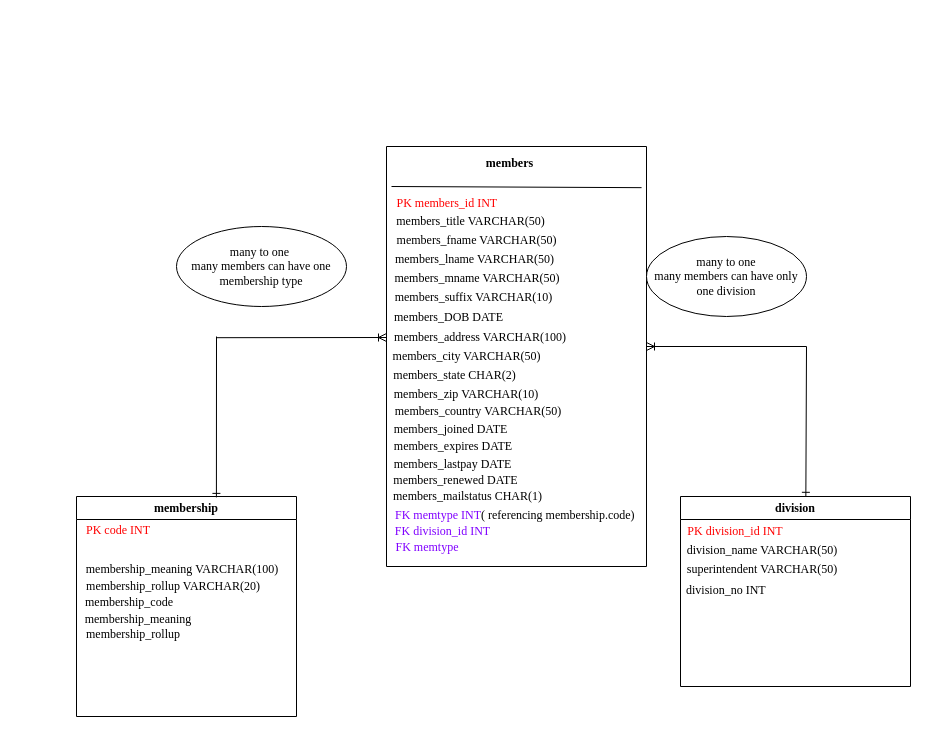
angelikakasia/SQL keeps this draw.io diagram as ProjectNMRA.SER.drawio. Above is the earlier version. Source tidied: cells renumbered, new cells numbered last; positions are measured from the earlier drawing's top-left corner, leaving out a move shared by most shapes. Both pictures are drawn from the tidied source at 100%, with x=0, y=0 at pixel (17, 146).
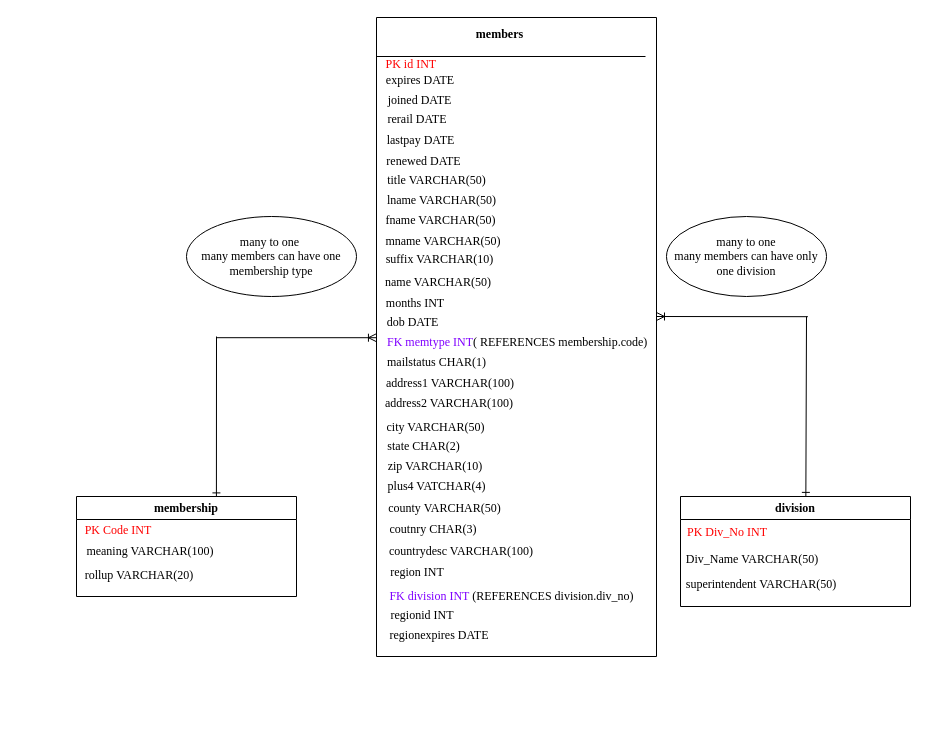
Above is the later version.

The edit, as a diff of the source:
```diff
@@
     <mxCell id="2" style="swimlane;startSize=0;fontFamily=Times New Roman;" parent="1" vertex="1">
-      <mxGeometry x="369" width="260" height="420" as="geometry" />
+      <mxGeometry x="359" y="-129" width="280" height="639" as="geometry" />
     </mxCell>
@@
-    <mxCell id="4" value="&lt;span style=&quot;color: light-dark(rgb(255, 0, 0), rgb(237, 237, 237));&quot;&gt;&lt;span style=&quot;color: rgb(255, 0, 0);&quot;&gt;PK&lt;/span&gt; &lt;/span&gt;&lt;span style=&quot;color: light-dark(rgb(255, 0, 0), rgb(237, 237, 237));&quot;&gt;&lt;span style=&quot;color: rgb(255, 0, 0);&quot;&gt;members_id &lt;/span&gt;INT&lt;span style=&quot;white-space: pre;&quot;&gt;&#9;&lt;/span&gt;&lt;/span&gt;" style="text;html=1;align=center;verticalAlign=middle;whiteSpace=wrap;rounded=0;fontFamily=Times New Roman;" parent="2" vertex="1">
-      <mxGeometry x="5" y="42" width="131" height="30" as="geometry" />
+    <mxCell id="4" value="&lt;span style=&quot;color: light-dark(rgb(255, 0, 0), rgb(237, 237, 237));&quot;&gt;PK &lt;span style=&quot;color: light-dark(rgb(255, 0, 0), rgb(237, 237, 237));&quot;&gt;&lt;span style=&quot;color: rgb(255, 0, 0);&quot;&gt;id &lt;/span&gt;INT&lt;span style=&quot;white-space: pre;&quot;&gt;&#9;&lt;/span&gt;&lt;/span&gt;&lt;/span&gt;" style="text;html=1;align=center;verticalAlign=middle;whiteSpace=wrap;rounded=0;fontFamily=Times New Roman;" parent="2" vertex="1">
+      <mxGeometry x="-20" y="32" width="131" height="30" as="geometry" />
     </mxCell>
-    <mxCell id="5" value="&lt;br&gt;members_fname VARCHAR(50)&lt;div&gt;&lt;br&gt;&lt;/div&gt;" style="text;html=1;align=center;verticalAlign=middle;whiteSpace=wrap;rounded=0;fontFamily=Times New Roman;" parent="2" vertex="1">
-      <mxGeometry x="-12.5" y="79" width="204.5" height="30" as="geometry" />
+    <mxCell id="5" value="fname VARCHAR(50)&lt;div&gt;&lt;br&gt;&lt;/div&gt;" style="text;html=1;align=center;verticalAlign=middle;whiteSpace=wrap;rounded=0;fontFamily=Times New Roman;" parent="2" vertex="1">
+      <mxGeometry x="-38.5" y="195" width="204.5" height="30" as="geometry" />
     </mxCell>
-    <mxCell id="6" value="&lt;br&gt;members_lname VARCHAR(50)" style="text;html=1;align=center;verticalAlign=middle;whiteSpace=wrap;rounded=0;fontFamily=Times New Roman;" parent="2" vertex="1">
-      <mxGeometry x="-5" y="90" width="186.5" height="30" as="geometry" />
-    </mxCell>
-    <mxCell id="7" style="endArrow=none;html=1;rounded=0;fontFamily=Times New Roman;entryX=0.981;entryY=0.098;entryDx=0;entryDy=0;entryPerimeter=0;" parent="2" edge="1" target="2">
+    <mxCell id="7" style="endArrow=none;html=1;rounded=0;fontFamily=Times New Roman;" parent="2" edge="1">
       <mxGeometry relative="1" as="geometry">
-        <mxPoint x="5" y="40" as="sourcePoint" />
+        <mxPoint y="39" as="sourcePoint" />
+        <mxPoint x="269" y="39" as="targetPoint" />
       </mxGeometry>
     </mxCell>
-    <mxCell id="8" value="&lt;br&gt;members_suffix VARCHAR(10)&lt;div&gt;&lt;br&gt;&lt;/div&gt;" style="text;html=1;align=center;verticalAlign=middle;whiteSpace=wrap;rounded=0;fontFamily=Times New Roman;" parent="2" vertex="1">
-      <mxGeometry x="-2.5" y="136" width="178.5" height="30" as="geometry" />
-    </mxCell>
-    <mxCell id="9" value="members_DOB DATE" style="text;html=1;align=center;verticalAlign=middle;whiteSpace=wrap;rounded=0;fontFamily=Times New Roman;" parent="2" vertex="1">
-      <mxGeometry x="-1.5" y="156" width="126.5" height="30" as="geometry" />
-    </mxCell>
-    <mxCell id="10" value="members_address VARCHAR(100)" style="text;html=1;align=center;verticalAlign=middle;whiteSpace=wrap;rounded=0;fontFamily=Times New Roman;" parent="2" vertex="1">
-      <mxGeometry x="-6" y="176" width="200" height="30" as="geometry" />
-    </mxCell>
-    <mxCell id="11" value="members_city VARCHAR(50)" style="text;html=1;align=center;verticalAlign=middle;whiteSpace=wrap;rounded=0;fontFamily=Times New Roman;" parent="2" vertex="1">
-      <mxGeometry x="-5" y="195" width="171" height="30" as="geometry" />
+    <mxCell id="11" value="city VARCHAR(50)" style="text;html=1;align=center;verticalAlign=middle;whiteSpace=wrap;rounded=0;fontFamily=Times New Roman;" parent="2" vertex="1">
+      <mxGeometry x="-26" y="395" width="171" height="30" as="geometry" />
     </mxCell>
-    <mxCell id="12" value="members_state CHAR(2)" style="text;html=1;align=center;verticalAlign=middle;whiteSpace=wrap;rounded=0;fontFamily=Times New Roman;" parent="2" vertex="1">
-      <mxGeometry x="-16.5" y="214" width="168.5" height="30" as="geometry" />
-    </mxCell>
-    <mxCell id="13" value="members_zip VARCHAR(10)" style="text;html=1;align=center;verticalAlign=middle;whiteSpace=wrap;rounded=0;fontFamily=Times New Roman;" parent="2" vertex="1">
-      <mxGeometry x="-1" y="233" width="162" height="30" as="geometry" />
-    </mxCell>
-    <mxCell id="14" value="members_country VARCHAR(50)" style="text;html=1;align=center;verticalAlign=middle;whiteSpace=wrap;rounded=0;fontFamily=Times New Roman;" parent="2" vertex="1">
-      <mxGeometry x="-3" y="250" width="190" height="30" as="geometry" />
-    </mxCell>
-    <mxCell id="15" value="members_joined DATE" style="text;html=1;align=center;verticalAlign=middle;whiteSpace=wrap;rounded=0;fontFamily=Times New Roman;" parent="2" vertex="1">
-      <mxGeometry x="-16" y="268" width="161" height="30" as="geometry" />
+    <mxCell id="15" value="joined DATE" style="text;html=1;align=center;verticalAlign=middle;whiteSpace=wrap;rounded=0;fontFamily=Times New Roman;" parent="2" vertex="1">
+      <mxGeometry x="-37" y="68" width="161" height="30" as="geometry" />
     </mxCell>
-    <mxCell id="16" value="members_expires DATE" style="text;html=1;align=center;verticalAlign=middle;whiteSpace=wrap;rounded=0;fontFamily=Times New Roman;" parent="2" vertex="1">
-      <mxGeometry x="-17" y="285" width="168" height="30" as="geometry" />
+    <mxCell id="16" value="expires DATE" style="text;html=1;align=center;verticalAlign=middle;whiteSpace=wrap;rounded=0;fontFamily=Times New Roman;" parent="2" vertex="1">
+      <mxGeometry x="-40" y="48" width="168" height="30" as="geometry" />
     </mxCell>
-    <mxCell id="17" value="members_lastpay DATE" style="text;html=1;align=center;verticalAlign=middle;whiteSpace=wrap;rounded=0;fontFamily=Times New Roman;" parent="2" vertex="1">
-      <mxGeometry x="-10" y="303" width="153" height="30" as="geometry" />
+    <mxCell id="17" value="lastpay DATE" style="text;html=1;align=center;verticalAlign=middle;whiteSpace=wrap;rounded=0;fontFamily=Times New Roman;" parent="2" vertex="1">
+      <mxGeometry x="-32" y="108" width="153" height="30" as="geometry" />
     </mxCell>
-    <mxCell id="18" value="members_renewed DATE" style="text;html=1;align=center;verticalAlign=middle;whiteSpace=wrap;rounded=0;fontFamily=Times New Roman;" parent="2" vertex="1">
-      <mxGeometry x="-16" y="319" width="171" height="30" as="geometry" />
+    <mxCell id="18" value="renewed DATE" style="text;html=1;align=center;verticalAlign=middle;whiteSpace=wrap;rounded=0;fontFamily=Times New Roman;" parent="2" vertex="1">
+      <mxGeometry x="-38" y="129" width="171" height="30" as="geometry" />
     </mxCell>
-    <mxCell id="19" value="&lt;br&gt;members_mname VARCHAR(50)" style="text;html=1;align=center;verticalAlign=middle;whiteSpace=wrap;rounded=0;fontFamily=Times New Roman;" parent="2" vertex="1">
-      <mxGeometry x="-4" y="109" width="190" height="30" as="geometry" />
-    </mxCell>
-    <mxCell id="20" value="&lt;br&gt;members_title VARCHAR(50)" style="text;html=1;align=center;verticalAlign=middle;whiteSpace=wrap;rounded=0;fontFamily=Times New Roman;" parent="2" vertex="1">
-      <mxGeometry y="52" width="169" height="30" as="geometry" />
-    </mxCell>
-    <mxCell id="21" value="members_mailstatus CHAR(1)" style="text;html=1;align=center;verticalAlign=middle;whiteSpace=wrap;rounded=0;fontFamily=Times New Roman;" parent="2" vertex="1">
-      <mxGeometry x="-15" y="335" width="193" height="29" as="geometry" />
+    <mxCell id="21" value="mailstatus CHAR(1)" style="text;html=1;align=center;verticalAlign=middle;whiteSpace=wrap;rounded=0;fontFamily=Times New Roman;" parent="2" vertex="1">
+      <mxGeometry x="-36" y="330.5" width="193" height="29" as="geometry" />
     </mxCell>
-    <mxCell id="22" value="&lt;span style=&quot;color: light-dark(rgb(128, 0, 255), rgb(237, 237, 237));&quot;&gt;&lt;font face=&quot;Times New Roman&quot;&gt;FK division_id INT&lt;/font&gt;&lt;/span&gt;" style="text;html=1;align=center;verticalAlign=middle;whiteSpace=wrap;rounded=0;" parent="2" vertex="1">
-      <mxGeometry x="-16" y="370" width="145" height="30" as="geometry" />
+    <mxCell id="22" value="&lt;font face=&quot;Times New Roman&quot;&gt;&lt;span style=&quot;color: light-dark(rgb(128, 0, 255), rgb(237, 237, 237));&quot;&gt;FK division INT&lt;/span&gt; (&lt;/font&gt;&lt;font face=&quot;Times New Roman&quot;&gt;REFERENCES &lt;/font&gt;&lt;font face=&quot;Times New Roman&quot;&gt;division.div_no)&lt;br&gt;&lt;/font&gt;" style="text;html=1;align=center;verticalAlign=middle;whiteSpace=wrap;rounded=0;" parent="2" vertex="1">
+      <mxGeometry x="-1.2" y="564" width="273.2" height="30" as="geometry" />
     </mxCell>
-    <mxCell id="23" value="&lt;font face=&quot;Times New Roman&quot;&gt;&lt;span style=&quot;color: light-dark(rgb(128, 0, 255), rgb(237, 237, 237));&quot;&gt;FK &lt;/span&gt;&lt;span style=&quot;color: light-dark(rgb(128, 0, 255), rgb(237, 237, 237));&quot;&gt;memtype INT&lt;/span&gt;( referencing membership.code)&lt;/font&gt;" style="text;whiteSpace=wrap;html=1;fontFamily=Times New Roman;" parent="2" vertex="1">
-      <mxGeometry x="6.5" y="355" width="253.5" height="40" as="geometry" />
+    <mxCell id="23" value="&lt;font face=&quot;Times New Roman&quot;&gt;&lt;span style=&quot;color: light-dark(rgb(128, 0, 255), rgb(237, 237, 237));&quot;&gt;FK &lt;/span&gt;&lt;span style=&quot;color: light-dark(rgb(128, 0, 255), rgb(237, 237, 237));&quot;&gt;memtype INT&lt;/span&gt;( REFERENCES membership.code)&lt;/font&gt;" style="text;whiteSpace=wrap;html=1;fontFamily=Times New Roman;" parent="2" vertex="1">
+      <mxGeometry x="8.8" y="311" width="265.5" height="40" as="geometry" />
     </mxCell>
-    <mxCell id="24" value="&lt;span style=&quot;color: light-dark(rgb(128, 0, 255), rgb(237, 237, 237));&quot;&gt;&lt;font face=&quot;Times New Roman&quot;&gt;FK memtype&lt;/font&gt;&lt;/span&gt;" style="text;html=1;align=center;verticalAlign=middle;whiteSpace=wrap;rounded=0;" parent="2" vertex="1">
-      <mxGeometry x="-14" y="386" width="110" height="30" as="geometry" />
-    </mxCell>
+    <mxCell id="43" value="&lt;font face=&quot;Times New Roman&quot;&gt;rerail DATE&lt;br&gt;&lt;/font&gt;" style="text;html=1;align=center;verticalAlign=middle;whiteSpace=wrap;rounded=0;" parent="2" vertex="1">
+      <mxGeometry x="-15" y="87" width="112" height="30" as="geometry" />
+    </mxCell>
+    <mxCell id="44" value="&lt;font face=&quot;Times New Roman&quot;&gt;county VARCHAR(50)&lt;br&gt;&lt;/font&gt;" style="text;html=1;align=center;verticalAlign=middle;whiteSpace=wrap;rounded=0;" parent="2" vertex="1">
+      <mxGeometry x="-13.5" y="476" width="163" height="30" as="geometry" />
+    </mxCell>
+    <mxCell id="45" value="&lt;font face=&quot;Times New Roman&quot;&gt;coutnry CHAR(3)&lt;br&gt;&lt;/font&gt;" style="text;html=1;align=center;verticalAlign=middle;whiteSpace=wrap;rounded=0;" parent="2" vertex="1">
+      <mxGeometry x="-15.5" y="497" width="144" height="30" as="geometry" />
+    </mxCell>
+    <mxCell id="20" value="title VARCHAR(50)" style="text;html=1;align=center;verticalAlign=middle;whiteSpace=wrap;rounded=0;fontFamily=Times New Roman;" parent="2" vertex="1">
+      <mxGeometry x="-24" y="148" width="169" height="30" as="geometry" />
+    </mxCell>
+    <mxCell id="6" value="lname VARCHAR(50)" style="text;html=1;align=center;verticalAlign=middle;whiteSpace=wrap;rounded=0;fontFamily=Times New Roman;" parent="2" vertex="1">
+      <mxGeometry x="-28" y="168" width="186.5" height="30" as="geometry" />
+    </mxCell>
+    <mxCell id="19" value="&lt;br&gt;mname VARCHAR(50)" style="text;html=1;align=center;verticalAlign=middle;whiteSpace=wrap;rounded=0;fontFamily=Times New Roman;" parent="2" vertex="1">
+      <mxGeometry x="-28" y="201" width="190" height="30" as="geometry" />
+    </mxCell>
+    <mxCell id="8" value="&lt;br&gt;suffix VARCHAR(10)&lt;div&gt;&lt;br&gt;&lt;/div&gt;" style="text;html=1;align=center;verticalAlign=middle;whiteSpace=wrap;rounded=0;fontFamily=Times New Roman;" parent="2" vertex="1">
+      <mxGeometry x="-25.8" y="227" width="178.5" height="30" as="geometry" />
+    </mxCell>
+    <mxCell id="46" value="&lt;font face=&quot;Times New Roman&quot;&gt;name VARCHAR(50)&lt;/font&gt;" style="text;html=1;align=center;verticalAlign=middle;whiteSpace=wrap;rounded=0;" parent="2" vertex="1">
+      <mxGeometry x="-3" y="250" width="130" height="30" as="geometry" />
+    </mxCell>
+    <mxCell id="47" value="&lt;font face=&quot;Times New Roman&quot;&gt;months INT&lt;br&gt;&lt;/font&gt;" style="text;html=1;align=center;verticalAlign=middle;whiteSpace=wrap;rounded=0;" parent="2" vertex="1">
+      <mxGeometry x="-6" y="271" width="90" height="30" as="geometry" />
+    </mxCell>
+    <mxCell id="9" value="dob DATE" style="text;html=1;align=center;verticalAlign=middle;whiteSpace=wrap;rounded=0;fontFamily=Times New Roman;" parent="2" vertex="1">
+      <mxGeometry x="-27" y="290" width="126.5" height="30" as="geometry" />
+    </mxCell>
+    <mxCell id="10" value="address1 VARCHAR(100)" style="text;html=1;align=center;verticalAlign=middle;whiteSpace=wrap;rounded=0;fontFamily=Times New Roman;" parent="2" vertex="1">
+      <mxGeometry x="-25.8" y="351" width="200" height="30" as="geometry" />
+    </mxCell>
+    <mxCell id="48" value="&lt;font face=&quot;Times New Roman&quot;&gt;address2 VARCHAR(100)&lt;/font&gt;" style="text;whiteSpace=wrap;html=1;" parent="2" vertex="1">
+      <mxGeometry x="7" y="372" width="170" height="40" as="geometry" />
+    </mxCell>
+    <mxCell id="14" value="region INT" style="text;html=1;align=center;verticalAlign=middle;whiteSpace=wrap;rounded=0;fontFamily=Times New Roman;" parent="2" vertex="1">
+      <mxGeometry x="-53.8" y="540" width="190" height="30" as="geometry" />
+    </mxCell>
+    <mxCell id="13" value="zip VARCHAR(10)" style="text;html=1;align=center;verticalAlign=middle;whiteSpace=wrap;rounded=0;fontFamily=Times New Roman;" parent="2" vertex="1">
+      <mxGeometry x="-22" y="434" width="162" height="30" as="geometry" />
+    </mxCell>
+    <mxCell id="12" value="state CHAR(2)" style="text;html=1;align=center;verticalAlign=middle;whiteSpace=wrap;rounded=0;fontFamily=Times New Roman;" parent="2" vertex="1">
+      <mxGeometry x="-36.8" y="414" width="168.5" height="30" as="geometry" />
+    </mxCell>
+    <mxCell id="49" value="&lt;font face=&quot;Times New Roman&quot;&gt;plus4 VATCHAR(4)&lt;br&gt;&lt;/font&gt;" style="text;html=1;align=center;verticalAlign=middle;whiteSpace=wrap;rounded=0;" parent="2" vertex="1">
+      <mxGeometry x="-1" y="454" width="123" height="30" as="geometry" />
+    </mxCell>
+    <mxCell id="50" value="countrydesc VARCHAR(100)" style="text;html=1;align=center;verticalAlign=middle;whiteSpace=wrap;rounded=0;fontFamily=Times New Roman;" parent="2" vertex="1">
+      <mxGeometry y="519" width="170" height="30" as="geometry" />
+    </mxCell>
+    <mxCell id="51" value="&lt;font face=&quot;Times New Roman&quot;&gt;regionid INT&lt;br&gt;&lt;/font&gt;" style="text;html=1;align=center;verticalAlign=middle;whiteSpace=wrap;rounded=0;" parent="2" vertex="1">
+      <mxGeometry x="-0.2" y="583" width="91.5" height="30" as="geometry" />
+    </mxCell>
+    <mxCell id="52" value="&lt;font face=&quot;Times New Roman&quot;&gt;regionexpires DATE&lt;br&gt;&lt;/font&gt;" style="text;html=1;align=center;verticalAlign=middle;whiteSpace=wrap;rounded=0;" parent="2" vertex="1">
+      <mxGeometry x="6.5" y="603" width="111.5" height="30" as="geometry" />
+    </mxCell>
     <mxCell id="25" value="&lt;div align=&quot;center&quot;&gt;membership &lt;/div&gt;" style="swimlane;whiteSpace=wrap;html=1;fontFamily=Times New Roman;align=center;" parent="1" vertex="1">
-      <mxGeometry x="59" y="350" width="220" height="220" as="geometry" />
+      <mxGeometry x="59" y="350" width="220" height="100" as="geometry" />
     </mxCell>
-    <mxCell id="26" value="&lt;span style=&quot;color: light-dark(rgb(255, 0, 0), rgb(237, 237, 237));&quot;&gt;PK &lt;/span&gt;&lt;span style=&quot;color: light-dark(rgb(255, 0, 0), rgb(237, 237, 237));&quot;&gt;code INT&lt;br&gt;&lt;/span&gt;" style="text;html=1;align=center;verticalAlign=middle;whiteSpace=wrap;rounded=0;fontFamily=Times New Roman;" parent="25" vertex="1">
+    <mxCell id="26" value="&lt;span style=&quot;color: light-dark(rgb(255, 0, 0), rgb(237, 237, 237));&quot;&gt;PK &lt;/span&gt;&lt;span style=&quot;color: light-dark(rgb(255, 0, 0), rgb(237, 237, 237));&quot;&gt;Code INT&lt;br&gt;&lt;/span&gt;" style="text;html=1;align=center;verticalAlign=middle;whiteSpace=wrap;rounded=0;fontFamily=Times New Roman;" parent="25" vertex="1">
       <mxGeometry x="-59" y="19" width="202" height="30" as="geometry" />
     </mxCell>
-    <mxCell id="27" value="membership_meaning VARCHAR(100)" style="text;html=1;align=center;verticalAlign=middle;whiteSpace=wrap;rounded=0;fontFamily=Times New Roman;" parent="25" vertex="1">
-      <mxGeometry x="-5" y="58" width="222" height="30" as="geometry" />
+    <mxCell id="27" value="meaning VARCHAR(100)" style="text;html=1;align=center;verticalAlign=middle;whiteSpace=wrap;rounded=0;fontFamily=Times New Roman;" parent="25" vertex="1">
+      <mxGeometry x="-37" y="40" width="222" height="30" as="geometry" />
     </mxCell>
-    <mxCell id="28" value="membership_rollup VARCHAR(20)" style="text;html=1;align=center;verticalAlign=middle;whiteSpace=wrap;rounded=0;fontFamily=Times New Roman;" parent="25" vertex="1">
-      <mxGeometry x="-4" y="75" width="202" height="30" as="geometry" />
+    <mxCell id="28" value="rollup VARCHAR(20)" style="text;html=1;align=center;verticalAlign=middle;whiteSpace=wrap;rounded=0;fontFamily=Times New Roman;" parent="25" vertex="1">
+      <mxGeometry x="-38" y="64" width="202" height="30" as="geometry" />
     </mxCell>
-    <mxCell id="29" value="&lt;font face=&quot;Times New Roman&quot;&gt;membership_code&lt;/font&gt;" style="text;html=1;align=center;verticalAlign=middle;whiteSpace=wrap;rounded=0;" parent="25" vertex="1">
-      <mxGeometry x="23" y="91" width="60" height="30" as="geometry" />
-    </mxCell>
-    <mxCell id="30" value="&lt;font face=&quot;Times New Roman&quot;&gt;membership_meaning&lt;/font&gt;" style="text;html=1;align=center;verticalAlign=middle;whiteSpace=wrap;rounded=0;" parent="25" vertex="1">
-      <mxGeometry x="32" y="108" width="60" height="30" as="geometry" />
-    </mxCell>
-    <mxCell id="31" value="&lt;font face=&quot;Times New Roman&quot;&gt;membership_rollup&lt;/font&gt;" style="text;html=1;align=center;verticalAlign=middle;whiteSpace=wrap;rounded=0;" parent="25" vertex="1">
-      <mxGeometry x="27" y="123" width="60" height="30" as="geometry" />
-    </mxCell>
     <mxCell id="32" value="division" style="swimlane;whiteSpace=wrap;html=1;fontFamily=Times New Roman;" parent="1" vertex="1">
-      <mxGeometry x="663" y="350" width="230" height="190" as="geometry" />
+      <mxGeometry x="663" y="350" width="230" height="110" as="geometry" />
     </mxCell>
-    <mxCell id="33" value="&lt;span style=&quot;color: rgb(255, 0, 0);&quot;&gt;PK &lt;/span&gt;&lt;span style=&quot;color: rgb(255, 0, 0);&quot;&gt;division_id INT&lt;br&gt;&lt;/span&gt;" style="text;html=1;align=center;verticalAlign=middle;whiteSpace=wrap;rounded=0;fontFamily=Times New Roman;" parent="32" vertex="1">
-      <mxGeometry y="20" width="110" height="30" as="geometry" />
+    <mxCell id="33" value="&lt;span style=&quot;color: rgb(255, 0, 0);&quot;&gt;PK &lt;/span&gt;&lt;span style=&quot;color: rgb(255, 0, 0);&quot;&gt;Div_No INT&lt;br&gt;&lt;/span&gt;" style="text;html=1;align=center;verticalAlign=middle;whiteSpace=wrap;rounded=0;fontFamily=Times New Roman;" parent="32" vertex="1">
+      <mxGeometry x="-8" y="21" width="110" height="30" as="geometry" />
     </mxCell>
-    <mxCell id="34" value="division_name VARCHAR(50)" style="text;html=1;align=center;verticalAlign=middle;whiteSpace=wrap;rounded=0;fontFamily=Times New Roman;" parent="32" vertex="1">
-      <mxGeometry x="-18" y="39" width="200" height="30" as="geometry" />
+    <mxCell id="34" value="Div_Name VARCHAR(50)" style="text;html=1;align=center;verticalAlign=middle;whiteSpace=wrap;rounded=0;fontFamily=Times New Roman;" parent="32" vertex="1">
+      <mxGeometry x="-28" y="48" width="200" height="30" as="geometry" />
     </mxCell>
     <mxCell id="35" value="superintendent VARCHAR(50)" style="text;html=1;align=center;verticalAlign=middle;whiteSpace=wrap;rounded=0;fontFamily=Times New Roman;" parent="32" vertex="1">
-      <mxGeometry x="-28" y="58" width="220" height="30" as="geometry" />
+      <mxGeometry x="-29" y="73" width="220" height="30" as="geometry" />
     </mxCell>
-    <mxCell id="36" value="&lt;font face=&quot;Times New Roman&quot;&gt;division_no INT&lt;br&gt;&lt;/font&gt;" style="text;whiteSpace=wrap;html=1;" parent="32" vertex="1">
-      <mxGeometry x="4" y="80" width="230" height="40" as="geometry" />
-    </mxCell>
-    <mxCell id="37" style="endArrow=none;html=1;rounded=0;entryX=-0.016;entryY=0.59;entryDx=0;entryDy=0;entryPerimeter=0;startArrow=ERoneToMany;startFill=0;fontFamily=Times New Roman;" parent="1" edge="1">
+    <mxCell id="37" style="endArrow=none;html=1;rounded=0;entryX=-0.016;entryY=0.59;entryDx=0;entryDy=0;entryPerimeter=0;startArrow=ERoneToMany;startFill=0;fontFamily=Times New Roman;exitX=0.213;exitY=1.007;exitDx=0;exitDy=0;exitPerimeter=0;" parent="1" edge="1" source="9">
       <mxGeometry relative="1" as="geometry">
-        <mxPoint x="369" y="191" as="sourcePoint" />
         <mxPoint x="199" y="191.2" as="targetPoint" />
       </mxGeometry>
     </mxCell>
@@
-    <mxCell id="39" style="endArrow=none;html=1;rounded=0;startArrow=ERoneToMany;startFill=0;fontFamily=Times New Roman;" parent="1" edge="1">
+    <mxCell id="39" style="endArrow=none;html=1;rounded=0;startArrow=ERoneToMany;startFill=0;fontFamily=Times New Roman;exitX=0.995;exitY=0.477;exitDx=0;exitDy=0;exitPerimeter=0;" parent="1" edge="1">
       <mxGeometry relative="1" as="geometry">
-        <mxPoint x="629" y="200" as="sourcePoint" />
-        <mxPoint x="789" y="200" as="targetPoint" />
+        <mxPoint x="639" y="170" as="sourcePoint" />
+        <mxPoint x="790.4" y="170.2" as="targetPoint" />
       </mxGeometry>
     </mxCell>
     <mxCell id="40" style="endArrow=none;html=1;rounded=0;exitX=0.545;exitY=-0.001;exitDx=0;exitDy=0;exitPerimeter=0;startArrow=ERone;startFill=0;fontFamily=Times New Roman;" parent="1" edge="1" source="32">
       <mxGeometry relative="1" as="geometry">
-        <mxPoint x="789" y="200" as="targetPoint" />
+        <mxPoint x="789" y="170" as="targetPoint" />
       </mxGeometry>
     </mxCell>
     <mxCell id="41" value="&lt;div&gt;many to one&amp;nbsp;&lt;/div&gt;&lt;div&gt;many members can have one membership type&lt;/div&gt;" style="ellipse;whiteSpace=wrap;html=1;fontFamily=Times New Roman;" parent="1" vertex="1">
-      <mxGeometry x="159" y="80" width="170" height="80" as="geometry" />
+      <mxGeometry x="169" y="70" width="170" height="80" as="geometry" />
     </mxCell>
     <mxCell id="42" value="&lt;div&gt;many to one&lt;/div&gt;&lt;div&gt;many members can have only one division &lt;br&gt;&lt;/div&gt;" style="ellipse;whiteSpace=wrap;html=1;fontFamily=Times New Roman;" parent="1" vertex="1">
-      <mxGeometry x="629" y="90" width="160" height="80" as="geometry" />
+      <mxGeometry x="649" y="70" width="160" height="80" as="geometry" />
     </mxCell>
```
